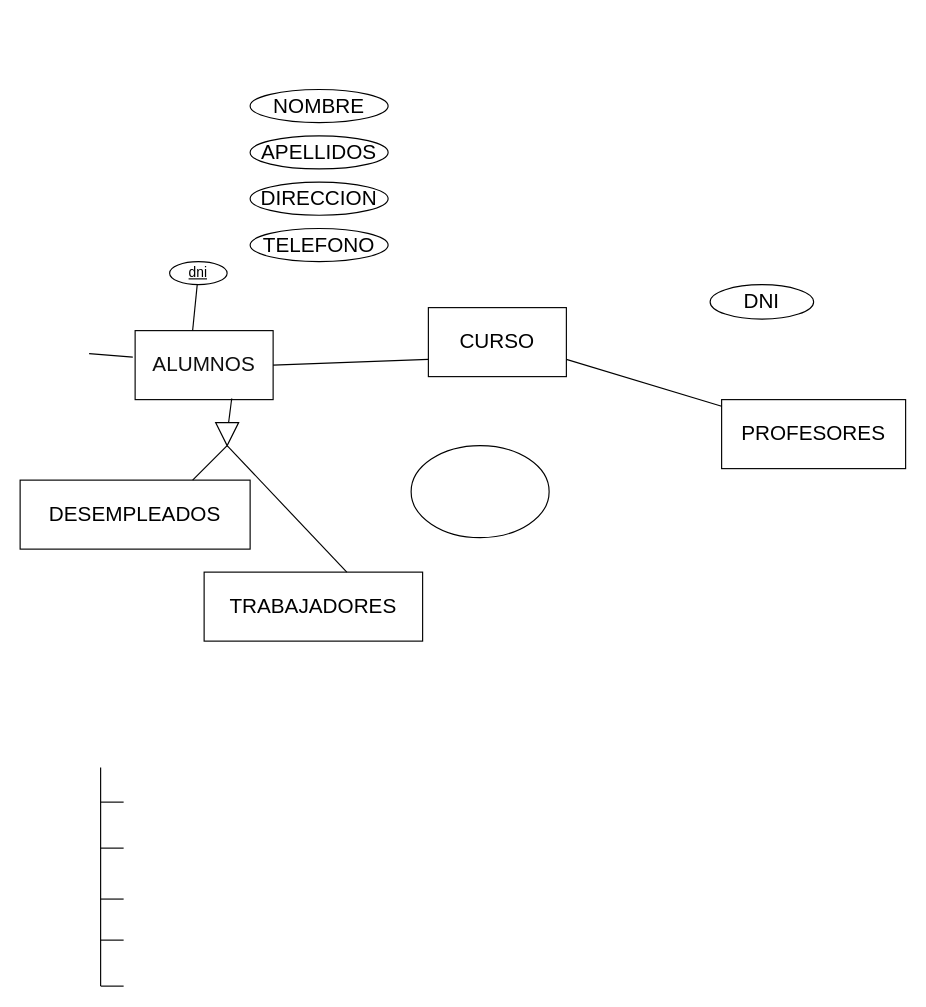
The draw.io diagram Untitled Diagram.drawio in JuanMarinG/TA12_MYSQL, before the edit. Source tidied: cells renumbered, new cells numbered last; positions are measured from the earlier drawing's top-left corner, leaving out a move shared by most shapes. Both pictures are drawn from the tidied source at 115%, with x=0, y=0 at pixel (20, 43).
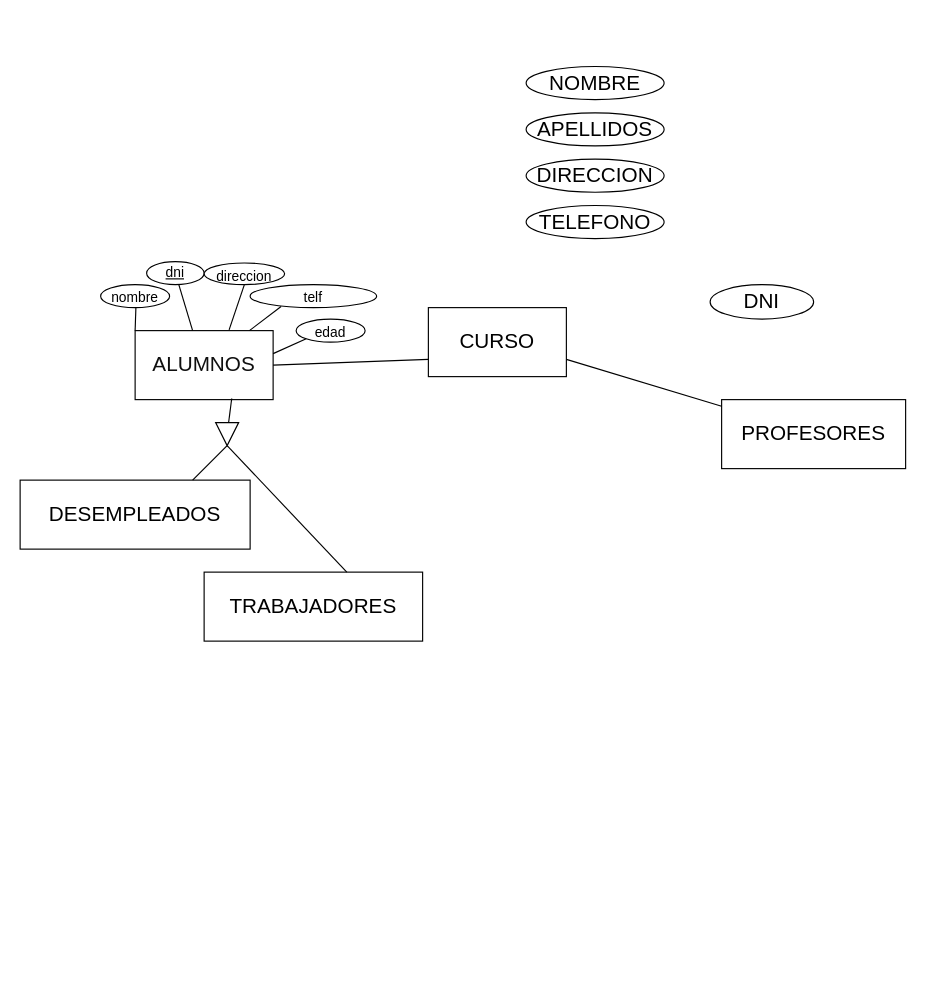
The same diagram, later.

Commit message:
atributos alumno

Unchanged cells that the change refers to:
```xml
<mxCell id="3" value="&lt;font color=&quot;#0F0F0F&quot;&gt;ALUMNOS&lt;/font&gt;" style="rounded=0;whiteSpace=wrap;html=1;shadow=0;sketch=0;fontSize=18;" parent="1" vertex="1">
  <mxGeometry x="100" y="250" width="120" height="60" as="geometry" />
</mxCell>
```

Diff of the diagram source:
```diff
@@
     <mxCell id="10" style="group;" parent="1" vertex="1">
-      <mxGeometry x="200" width="120" height="190" as="geometry" />
+      <mxGeometry x="440" y="-20" width="120" height="190" as="geometry" />
     </mxCell>
@@
-    <mxCell id="15" style="endArrow=none;html=1;rounded=1;sketch=0;fontSize=18;curved=0;entryX=0;entryY=1;entryDx=0;entryDy=0;" parent="1" edge="1">
-      <mxGeometry relative="1" as="geometry">
-        <mxPoint x="70" y="820" as="sourcePoint" />
-        <mxPoint x="70" y="630" as="targetPoint" />
-      </mxGeometry>
-    </mxCell>
-    <mxCell id="16" style="endArrow=none;html=1;rounded=1;sketch=0;fontSize=18;curved=0;" parent="1" edge="1">
-      <mxGeometry relative="1" as="geometry">
-        <mxPoint x="70" y="820" as="sourcePoint" />
-        <mxPoint x="90" y="820" as="targetPoint" />
-      </mxGeometry>
-    </mxCell>
-    <mxCell id="17" style="endArrow=none;html=1;rounded=1;sketch=0;fontSize=18;curved=0;" parent="1" edge="1">
-      <mxGeometry relative="1" as="geometry">
-        <mxPoint x="70" y="780" as="sourcePoint" />
-        <mxPoint x="90" y="780" as="targetPoint" />
-      </mxGeometry>
-    </mxCell>
-    <mxCell id="18" style="endArrow=none;html=1;rounded=1;sketch=0;fontSize=18;curved=0;" parent="1" edge="1">
-      <mxGeometry relative="1" as="geometry">
-        <mxPoint x="70" y="744.3" as="sourcePoint" />
-        <mxPoint x="90" y="744.3" as="targetPoint" />
-      </mxGeometry>
-    </mxCell>
-    <mxCell id="19" style="endArrow=none;html=1;rounded=1;sketch=0;fontSize=18;curved=0;" parent="1" edge="1">
-      <mxGeometry relative="1" as="geometry">
-        <mxPoint x="70" y="700" as="sourcePoint" />
-        <mxPoint x="90" y="700" as="targetPoint" />
-      </mxGeometry>
-    </mxCell>
-    <mxCell id="20" style="endArrow=none;html=1;rounded=1;sketch=0;fontSize=18;curved=0;" parent="1" edge="1">
-      <mxGeometry relative="1" as="geometry">
-        <mxPoint x="70" y="660" as="sourcePoint" />
-        <mxPoint x="90" y="660" as="targetPoint" />
-      </mxGeometry>
-    </mxCell>
@@
     <mxCell id="27" value="&lt;u&gt;dni&lt;/u&gt;" style="ellipse;whiteSpace=wrap;html=1;rounded=0;sketch=0;" parent="1" vertex="1">
-      <mxGeometry x="130" y="190" width="50" height="20" as="geometry" />
+      <mxGeometry x="110" y="190" width="50" height="20" as="geometry" />
     </mxCell>
-    <mxCell id="28" style="ellipse;whiteSpace=wrap;html=1;rounded=0;sketch=0;" parent="1" vertex="1">
-      <mxGeometry x="340" y="350" width="120" height="80" as="geometry" />
-    </mxCell>
-    <mxCell id="29" style="endArrow=none;html=1;rounded=1;sketch=0;curved=0;entryX=-0.017;entryY=0.383;entryDx=0;entryDy=0;entryPerimeter=0;" parent="1" edge="1" target="3">
-      <mxGeometry relative="1" as="geometry">
-        <mxPoint x="60" y="270" as="sourcePoint" />
-      </mxGeometry>
-    </mxCell>
@@
+    <mxCell id="31" value="&lt;font style=&quot;font-size: 12px;&quot;&gt;nombre&lt;/font&gt;" style="ellipse;whiteSpace=wrap;html=1;rounded=0;shadow=0;sketch=0;fontSize=18;" parent="1" vertex="1">
+      <mxGeometry x="70" y="210" width="60" height="20" as="geometry" />
+    </mxCell>
+    <mxCell id="32" style="endArrow=none;html=1;rounded=1;sketch=0;curved=0;entryX=0;entryY=0;entryDx=0;entryDy=0;" parent="1" edge="1" source="31" target="3">
+      <mxGeometry relative="1" as="geometry" />
+    </mxCell>
+    <mxCell id="33" value="&lt;font style=&quot;font-size: 12px;&quot;&gt;direccion&lt;/font&gt;" style="ellipse;whiteSpace=wrap;html=1;rounded=0;shadow=0;sketch=0;fontSize=18;" parent="1" vertex="1">
+      <mxGeometry x="160" y="191.2" width="70" height="18.8" as="geometry" />
+    </mxCell>
+    <mxCell id="34" style="endArrow=none;html=1;rounded=1;sketch=0;curved=0;exitX=0.681;exitY=-0.011;exitDx=0;exitDy=0;exitPerimeter=0;entryX=0.5;entryY=1;entryDx=0;entryDy=0;" parent="1" edge="1" source="3" target="33">
+      <mxGeometry relative="1" as="geometry" />
+    </mxCell>
+    <mxCell id="35" value="&lt;font style=&quot;font-size: 12px;&quot;&gt;telf&lt;/font&gt;" style="ellipse;whiteSpace=wrap;html=1;rounded=0;shadow=0;sketch=0;fontSize=18;" parent="1" vertex="1">
+      <mxGeometry x="200" y="210" width="110" height="20" as="geometry" />
+    </mxCell>
+    <mxCell id="36" style="endArrow=none;html=1;rounded=1;sketch=0;curved=0;entryX=0.245;entryY=0.95;entryDx=0;entryDy=0;entryPerimeter=0;" parent="1" edge="1" source="3" target="35">
+      <mxGeometry relative="1" as="geometry" />
+    </mxCell>
+    <mxCell id="37" value="&lt;font style=&quot;font-size: 12px;&quot;&gt;edad&lt;/font&gt;" style="ellipse;whiteSpace=wrap;html=1;rounded=0;shadow=0;sketch=0;fontSize=18;" parent="1" vertex="1">
+      <mxGeometry x="240" y="240" width="60" height="20" as="geometry" />
+    </mxCell>
+    <mxCell id="38" style="endArrow=none;html=1;rounded=1;sketch=0;fontSize=12;curved=0;exitX=1;exitY=0.333;exitDx=0;exitDy=0;exitPerimeter=0;entryX=0;entryY=1;entryDx=0;entryDy=0;" parent="1" edge="1" source="3" target="37">
+      <mxGeometry relative="1" as="geometry" />
+    </mxCell>
```
